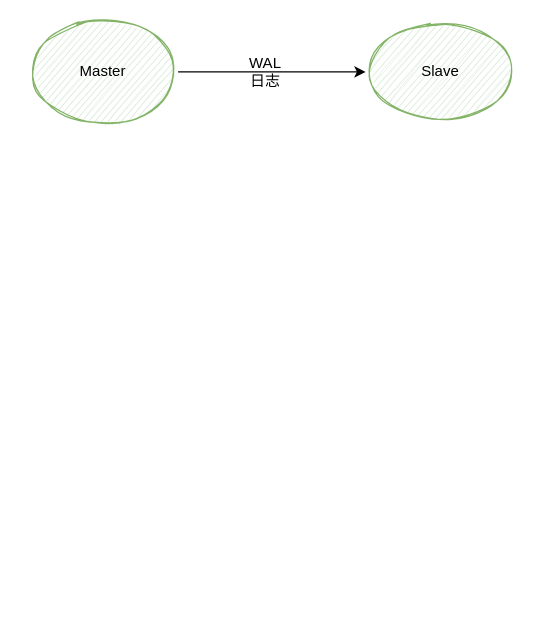
The draw.io diagram page "第 1 页" (1 of 2) of 灰度方案.drawio in leon-db/images, before the edit. Source tidied: cells renumbered, new cells numbered last; positions are measured from the earlier drawing's top-left corner, leaving out a move shared by most shapes. Both pictures are drawn from the tidied source at 125%, with x=0, y=0 at pixel (28, 21).
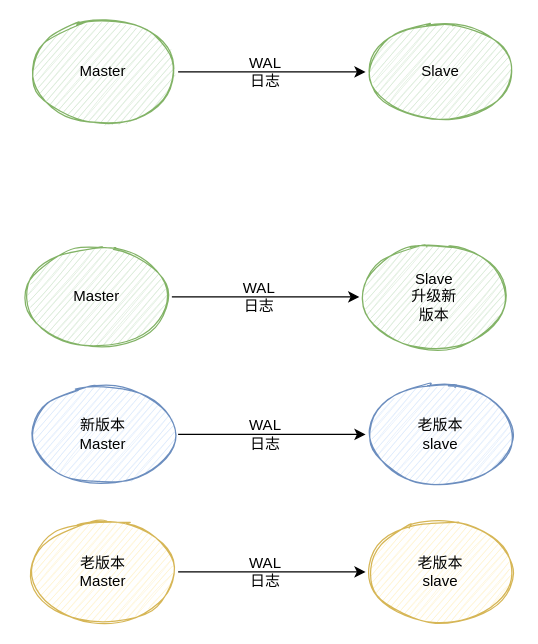
The same diagram, later.

Commit message (it also covers changes not shown here):
更新灰度方案.drawio

Diff of the diagram source:
```diff
@@
+    <mxCell id="8" style="ellipse;whiteSpace=wrap;html=1;sketch=1;fillColor=#d5e8d4;strokeColor=#82b366;" parent="1" vertex="1">
+      <mxGeometry x="-5" y="180" width="120" height="80" as="geometry" />
+    </mxCell>
+    <mxCell id="9" value="Master" style="text;html=1;strokeColor=none;fillColor=none;align=center;verticalAlign=middle;whiteSpace=wrap;rounded=0;sketch=1;" parent="1" vertex="1">
+      <mxGeometry x="35" y="210" width="40" height="20" as="geometry" />
+    </mxCell>
+    <mxCell id="10" style="ellipse;whiteSpace=wrap;html=1;sketch=1;fillColor=#d5e8d4;strokeColor=#82b366;" parent="1" vertex="1">
+      <mxGeometry x="265" y="180" width="120" height="80" as="geometry" />
+    </mxCell>
+    <mxCell id="11" value="Slave&lt;br&gt;升级新版本" style="text;html=1;strokeColor=none;fillColor=none;align=center;verticalAlign=middle;whiteSpace=wrap;rounded=0;sketch=1;" parent="1" vertex="1">
+      <mxGeometry x="305" y="210" width="40" height="20" as="geometry" />
+    </mxCell>
+    <mxCell id="12" style="endArrow=classic;html=1;exitX=1;exitY=0.5;exitDx=0;exitDy=0;entryX=0;entryY=0.5;entryDx=0;entryDy=0;" parent="1" edge="1" source="8" target="10">
+      <mxGeometry relative="1" as="geometry" />
+    </mxCell>
+    <mxCell id="13" value="WAL 日志" style="text;html=1;strokeColor=none;fillColor=none;align=center;verticalAlign=middle;whiteSpace=wrap;rounded=0;sketch=1;" parent="1" vertex="1">
+      <mxGeometry x="165" y="210" width="40" height="20" as="geometry" />
+    </mxCell>
+    <mxCell id="14" style="ellipse;whiteSpace=wrap;html=1;sketch=1;fillColor=#dae8fc;strokeColor=#6c8ebf;" parent="1" vertex="1">
+      <mxGeometry y="290" width="120" height="80" as="geometry" />
+    </mxCell>
+    <mxCell id="15" value="新版本&lt;br&gt;Master" style="text;html=1;strokeColor=none;fillColor=none;align=center;verticalAlign=middle;whiteSpace=wrap;rounded=0;sketch=1;" parent="1" vertex="1">
+      <mxGeometry x="40" y="320" width="40" height="20" as="geometry" />
+    </mxCell>
+    <mxCell id="16" style="ellipse;whiteSpace=wrap;html=1;sketch=1;fillColor=#dae8fc;strokeColor=#6c8ebf;" parent="1" vertex="1">
+      <mxGeometry x="270" y="290" width="120" height="80" as="geometry" />
+    </mxCell>
+    <mxCell id="17" value="老版本slave" style="text;html=1;strokeColor=none;fillColor=none;align=center;verticalAlign=middle;whiteSpace=wrap;rounded=0;sketch=1;" parent="1" vertex="1">
+      <mxGeometry x="310" y="320" width="40" height="20" as="geometry" />
+    </mxCell>
+    <mxCell id="18" style="endArrow=classic;html=1;exitX=1;exitY=0.5;exitDx=0;exitDy=0;entryX=0;entryY=0.5;entryDx=0;entryDy=0;" parent="1" edge="1" source="14" target="16">
+      <mxGeometry relative="1" as="geometry" />
+    </mxCell>
+    <mxCell id="19" value="WAL 日志" style="text;html=1;strokeColor=none;fillColor=none;align=center;verticalAlign=middle;whiteSpace=wrap;rounded=0;sketch=1;" parent="1" vertex="1">
+      <mxGeometry x="170" y="320" width="40" height="20" as="geometry" />
+    </mxCell>
+    <mxCell id="20" style="ellipse;whiteSpace=wrap;html=1;sketch=1;fillColor=#fff2cc;strokeColor=#d6b656;" parent="1" vertex="1">
+      <mxGeometry y="400" width="120" height="80" as="geometry" />
+    </mxCell>
+    <mxCell id="21" value="老版本&lt;br&gt;Master" style="text;html=1;strokeColor=none;fillColor=none;align=center;verticalAlign=middle;whiteSpace=wrap;rounded=0;sketch=1;" parent="1" vertex="1">
+      <mxGeometry x="40" y="430" width="40" height="20" as="geometry" />
+    </mxCell>
+    <mxCell id="22" style="ellipse;whiteSpace=wrap;html=1;sketch=1;fillColor=#fff2cc;strokeColor=#d6b656;" parent="1" vertex="1">
+      <mxGeometry x="270" y="400" width="120" height="80" as="geometry" />
+    </mxCell>
+    <mxCell id="23" value="老版本slave" style="text;html=1;strokeColor=none;fillColor=none;align=center;verticalAlign=middle;whiteSpace=wrap;rounded=0;sketch=1;" parent="1" vertex="1">
+      <mxGeometry x="310" y="430" width="40" height="20" as="geometry" />
+    </mxCell>
+    <mxCell id="24" style="endArrow=classic;html=1;exitX=1;exitY=0.5;exitDx=0;exitDy=0;entryX=0;entryY=0.5;entryDx=0;entryDy=0;" parent="1" edge="1" source="20" target="22">
+      <mxGeometry relative="1" as="geometry" />
+    </mxCell>
+    <mxCell id="25" value="WAL 日志" style="text;html=1;strokeColor=none;fillColor=none;align=center;verticalAlign=middle;whiteSpace=wrap;rounded=0;sketch=1;" parent="1" vertex="1">
+      <mxGeometry x="170" y="430" width="40" height="20" as="geometry" />
+    </mxCell>
```
